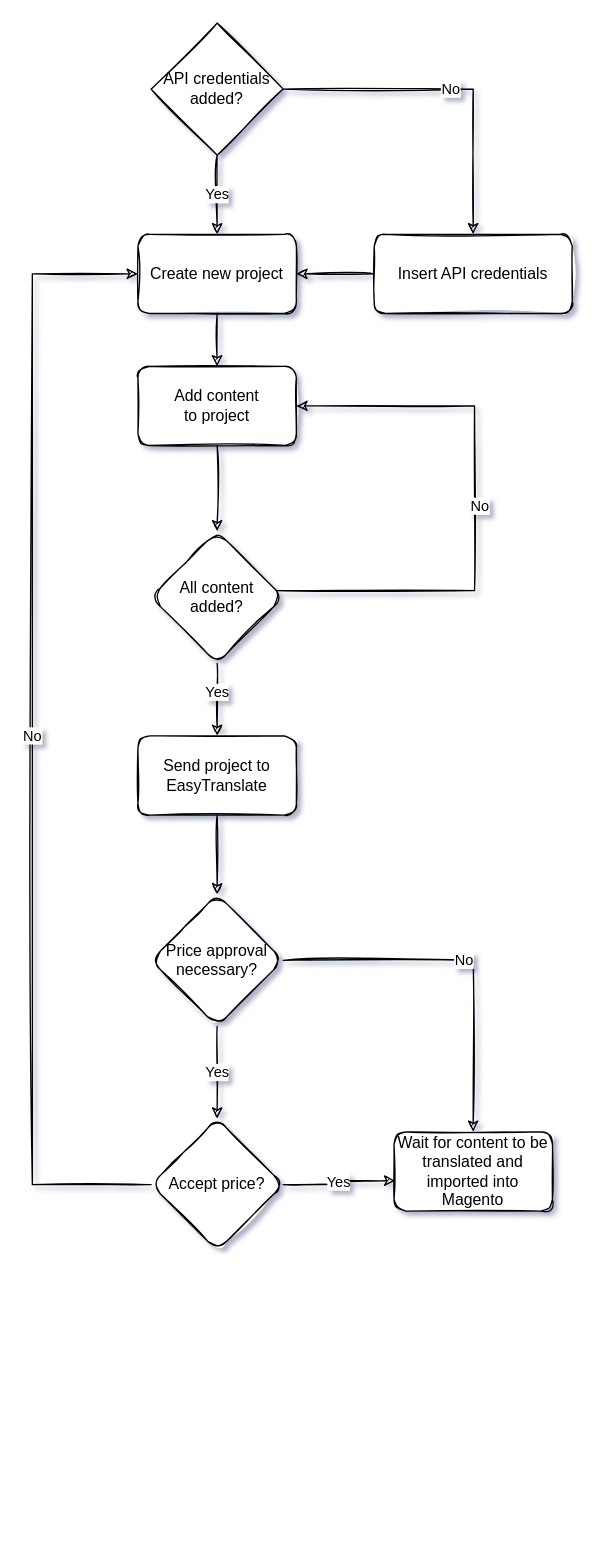
The draw.io diagram docs/images/easytranslate-m1-connector.drawio in easytranslate-com/laas-api-magento-1-plugin, before the edit. Source tidied: cells renumbered, new cells numbered last; positions are measured from the earlier drawing's top-left corner, leaving out a move shared by most shapes. Both pictures are drawn from the tidied source at 132%, with x=0, y=0 at pixel (32, 22).
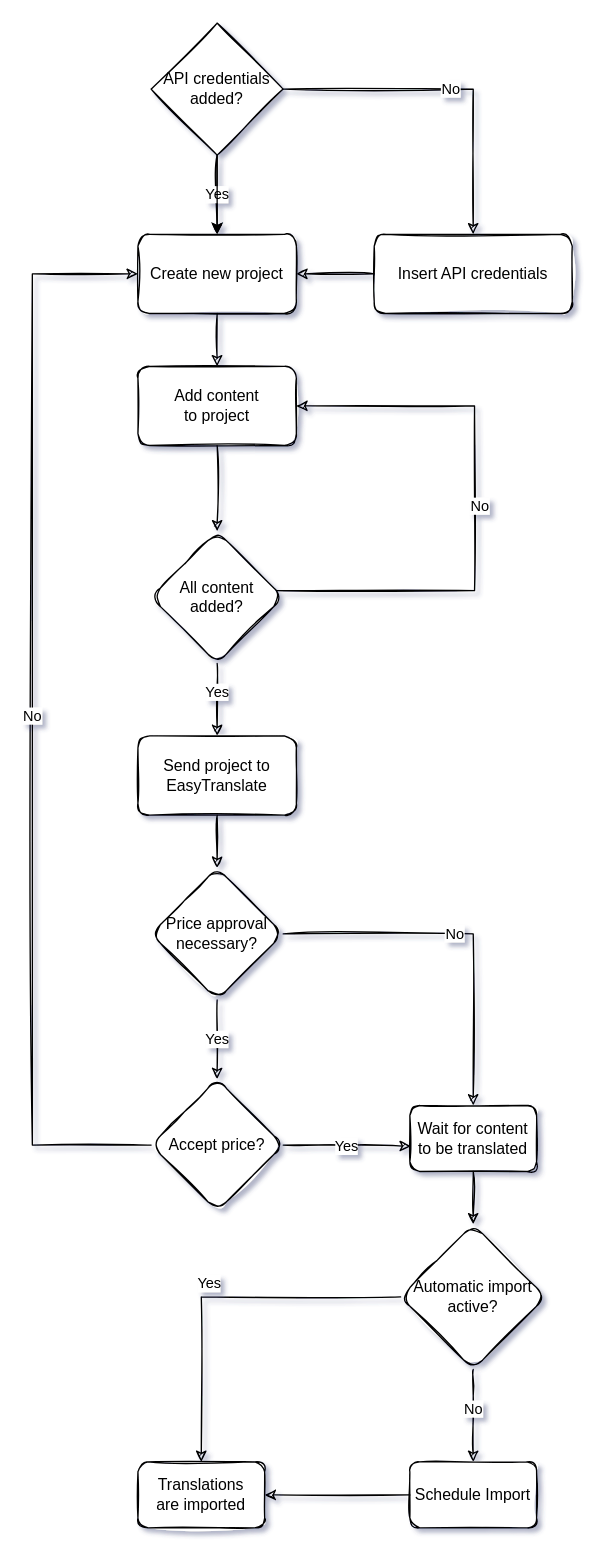
The same page after the edit.

Unchanged cells that the change refers to:
```xml
<mxCell id="6" value="API credentials added?" style="rhombus;whiteSpace=wrap;html=1;shadow=0;glass=0;sketch=1;" parent="1" vertex="1">
  <mxGeometry x="90" width="100" height="100" as="geometry" />
</mxCell>
<mxCell id="8" value="Create new project" style="whiteSpace=wrap;html=1;shadow=0;glass=0;sketch=1;rounded=1;" parent="1" vertex="1">
  <mxGeometry x="80" y="160" width="120" height="60" as="geometry" />
</mxCell>
```

What changed in the source:
```diff
@@
+    <mxCell id="25" style="edgeStyle=orthogonalEdgeStyle;rounded=0;jettySize=auto;html=1;" parent="1" edge="1" source="6" target="8">
+      <mxGeometry relative="1" as="geometry" />
+    </mxCell>
@@
-    <mxCell id="18" value="No" style="edgeStyle=orthogonalEdgeStyle;rounded=0;sketch=1;jettySize=auto;html=1;" parent="1" edge="1" source="20" target="21">
-      <mxGeometry relative="1" as="geometry">
+    <mxCell id="18" value="No" style="edgeStyle=orthogonalEdgeStyle;rounded=0;sketch=1;jettySize=auto;html=1;exitX=1;exitY=0.5;exitDx=0;exitDy=0;" parent="1" edge="1" source="20" target="21">
+      <mxGeometry x="-0.05" relative="1" as="geometry">
         <Array as="points">
-          <mxPoint x="334" y="710" />
+          <mxPoint x="334" y="690" />
         </Array>
       </mxGeometry>
     </mxCell>
@@
     <mxCell id="20" value="Price approval necessary?" style="rhombus;whiteSpace=wrap;html=1;rounded=1;shadow=0;glass=0;sketch=1;" parent="1" vertex="1">
-      <mxGeometry x="90" y="660" width="100" height="100" as="geometry" />
+      <mxGeometry x="90" y="640" width="100" height="100" as="geometry" />
     </mxCell>
-    <mxCell id="21" value="Wait for content to be translated and imported into Magento" style="whiteSpace=wrap;html=1;rounded=1;shadow=0;glass=0;sketch=1;" parent="1" vertex="1">
-      <mxGeometry x="274" y="840" width="120" height="60" as="geometry" />
+    <mxCell id="21" value="Wait for content to be translated" style="whiteSpace=wrap;html=1;rounded=1;shadow=0;glass=0;sketch=1;" parent="1" vertex="1">
+      <mxGeometry x="286" y="820" width="96" height="50" as="geometry" />
     </mxCell>
@@
     <mxCell id="23" value="No" style="edgeStyle=orthogonalEdgeStyle;rounded=0;sketch=1;jettySize=auto;html=1;entryX=0;entryY=0.5;entryDx=0;entryDy=0;exitX=0;exitY=0.5;exitDx=0;exitDy=0;" parent="1" edge="1" source="24" target="8">
       <mxGeometry relative="1" as="geometry">
         <Array as="points">
-          <mxPoint y="880" />
+          <mxPoint y="850" />
           <mxPoint y="190" />
         </Array>
       </mxGeometry>
     </mxCell>
     <mxCell id="24" value="Accept price?" style="rhombus;whiteSpace=wrap;html=1;rounded=1;shadow=0;glass=0;sketch=1;" parent="1" vertex="1">
-      <mxGeometry x="90" y="830" width="100" height="100" as="geometry" />
+      <mxGeometry x="90" y="800" width="100" height="100" as="geometry" />
     </mxCell>
+    <mxCell id="26" value="Automatic import&lt;br&gt;active?" style="rhombus;whiteSpace=wrap;html=1;rounded=1;shadow=0;glass=0;sketch=1;" parent="1" vertex="1">
+      <mxGeometry x="279" y="910" width="110" height="110" as="geometry" />
+    </mxCell>
+    <mxCell id="27" style="edgeStyle=orthogonalEdgeStyle;rounded=0;sketch=1;jettySize=auto;html=1;exitX=0.5;exitY=1;exitDx=0;exitDy=0;entryX=0.5;entryY=0;entryDx=0;entryDy=0;" parent="1" edge="1" source="21" target="26">
+      <mxGeometry relative="1" as="geometry" />
+    </mxCell>
+    <mxCell id="28" value="Schedule Import" style="whiteSpace=wrap;html=1;rounded=1;shadow=0;glass=0;sketch=1;" parent="1" vertex="1">
+      <mxGeometry x="286" y="1090" width="96" height="50" as="geometry" />
+    </mxCell>
+    <mxCell id="29" value="Translations&lt;br&gt;are imported" style="whiteSpace=wrap;html=1;rounded=1;shadow=0;glass=0;sketch=1;" parent="1" vertex="1">
+      <mxGeometry x="80" y="1090" width="96" height="50" as="geometry" />
+    </mxCell>
+    <mxCell id="30" value="No" style="edgeStyle=orthogonalEdgeStyle;rounded=0;sketch=1;jettySize=auto;html=1;exitX=0.5;exitY=1;exitDx=0;exitDy=0;entryX=0.5;entryY=0;entryDx=0;entryDy=0;" parent="1" edge="1" source="26" target="28">
+      <mxGeometry x="0.14" y="-10" relative="1" as="geometry">
+        <Array as="points">
+          <mxPoint x="334" y="1040" />
+          <mxPoint x="334" y="1040" />
+        </Array>
+        <mxPoint x="10" y="-10" as="offset" />
+      </mxGeometry>
+    </mxCell>
+    <mxCell id="31" style="edgeStyle=orthogonalEdgeStyle;rounded=0;sketch=1;jettySize=auto;html=1;exitX=0;exitY=0.5;exitDx=0;exitDy=0;entryX=1;entryY=0.5;entryDx=0;entryDy=0;" parent="1" edge="1" source="28" target="29">
+      <mxGeometry relative="1" as="geometry" />
+    </mxCell>
+    <mxCell id="32" value="Yes" style="edgeStyle=orthogonalEdgeStyle;rounded=0;sketch=1;jettySize=auto;html=1;entryX=0.5;entryY=0;entryDx=0;entryDy=0;exitX=0;exitY=0.5;exitDx=0;exitDy=0;" parent="1" edge="1" source="26" target="29">
+      <mxGeometry x="0.09" y="-5" relative="1" as="geometry">
+        <Array as="points">
+          <mxPoint x="128" y="965" />
+        </Array>
+        <mxPoint x="5" y="-5" as="offset" />
+      </mxGeometry>
+    </mxCell>
```
